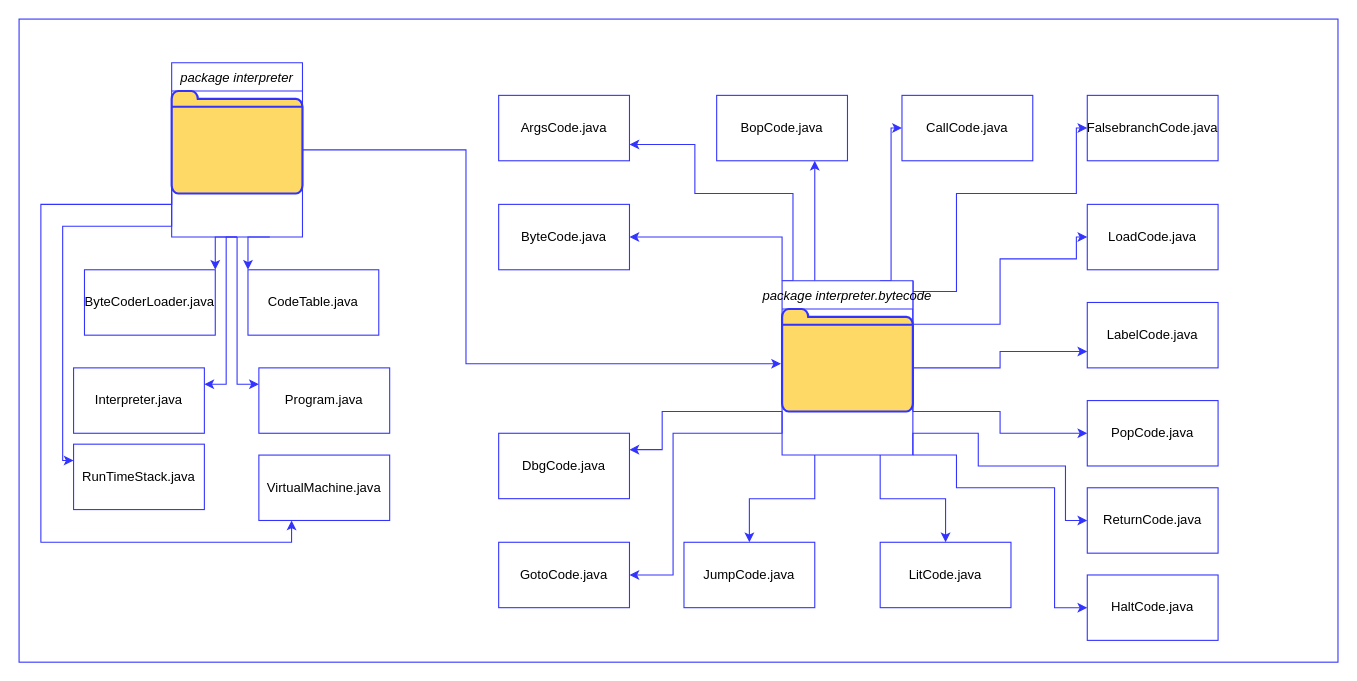
Before: A4.drawio in Shanil12/CLASS-DIAGRAMS, a draw.io diagram. Source tidied: cells renumbered, new cells numbered last; positions are measured from the earlier drawing's top-left corner, leaving out a move shared by most shapes. Both pictures are drawn from the tidied source at 109%, with x=0, y=0 at pixel (19, 19).
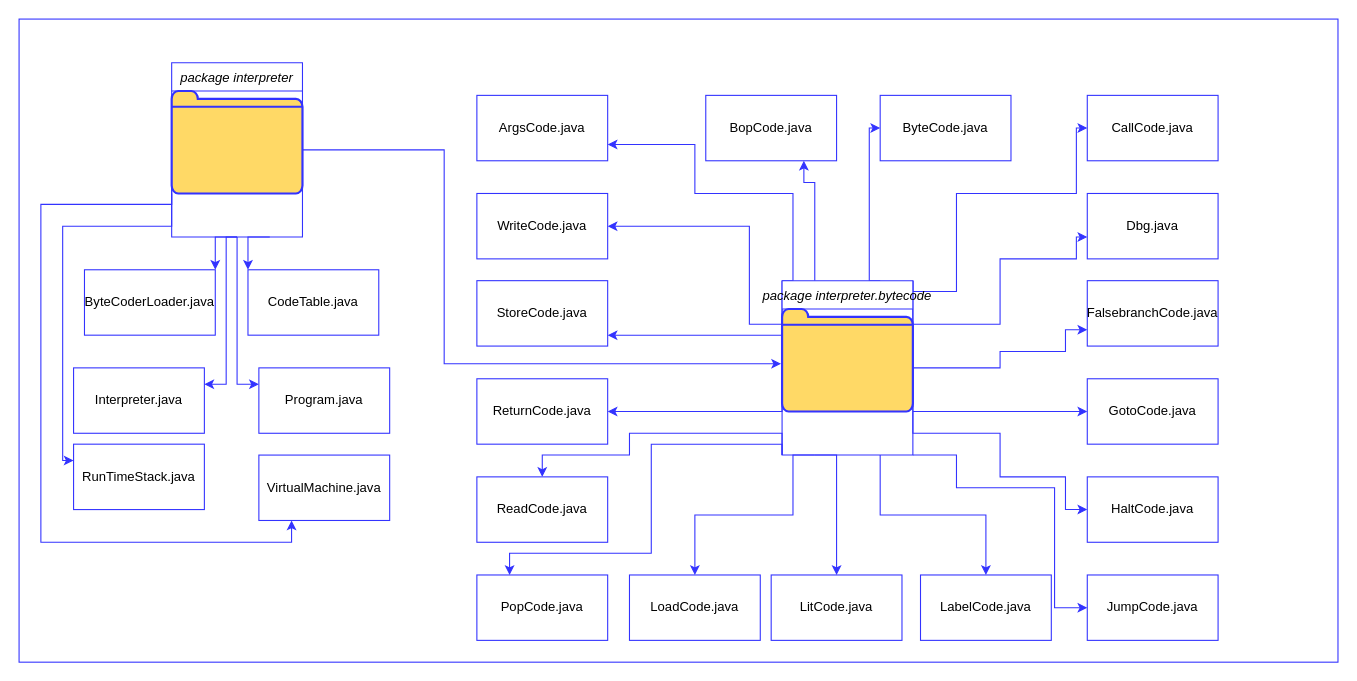
After the change.

The change refers to these unchanged cells:
```xml
<mxCell id="10" value="package interpreter" style="swimlane;fontStyle=2;align=center;verticalAlign=top;horizontal=1;startSize=26;rounded=0;shadow=0;strokeWidth=1;strokeColor=#3333FF;" parent="1" vertex="1">
  <mxGeometry x="140" y="40" width="120" height="160" as="geometry" />
</mxCell>
<mxCell id="32" value="package interpreter.bytecode" style="swimlane;fontStyle=2;align=center;verticalAlign=top;horizontal=1;startSize=26;rounded=0;shadow=0;strokeWidth=1;strokeColor=#3333FF;" parent="1" vertex="1">
  <mxGeometry x="700" y="240" width="120" height="160" as="geometry" />
</mxCell>
<mxCell id="33" style="html=1;verticalLabelPosition=bottom;align=center;labelBackgroundColor=#ffffff;verticalAlign=top;strokeWidth=2;strokeColor=#3333FF;shadow=0;dashed=0;shape=mxgraph.ios7.icons.folder;fillColor=#FFD966;" parent="32" vertex="1">
  <mxGeometry y="26" width="120" height="94" as="geometry" />
</mxCell>
```

The edit, as a diff of the source:
```diff
@@
     <mxCell id="9" style="edgeStyle=orthogonalEdgeStyle;rounded=0;jettySize=auto;html=1;exitX=1;exitY=0.25;exitDx=0;exitDy=0;entryX=-0.008;entryY=0.534;entryDx=0;entryDy=0;entryPerimeter=0;strokeColor=#3333FF;" parent="1" edge="1" source="10" target="33">
       <mxGeometry relative="1" as="geometry">
         <Array as="points">
           <mxPoint x="260" y="120" />
-          <mxPoint x="410" y="120" />
-          <mxPoint x="410" y="316" />
+          <mxPoint x="390" y="120" />
+          <mxPoint x="390" y="316" />
         </Array>
       </mxGeometry>
     </mxCell>
@@
     <mxCell id="18" style="edgeStyle=orthogonalEdgeStyle;rounded=0;jettySize=auto;html=1;exitX=0.25;exitY=0;exitDx=0;exitDy=0;entryX=0.75;entryY=1;entryDx=0;entryDy=0;strokeColor=#3333FF;" parent="1" edge="1" source="32" target="36">
-      <mxGeometry relative="1" as="geometry" />
+      <mxGeometry relative="1" as="geometry">
+        <Array as="points">
+          <mxPoint x="730" y="150" />
+          <mxPoint x="720" y="150" />
+        </Array>
+      </mxGeometry>
     </mxCell>
-    <mxCell id="19" style="edgeStyle=orthogonalEdgeStyle;rounded=0;jettySize=auto;html=1;exitX=0.75;exitY=0;exitDx=0;exitDy=0;strokeColor=#3333FF;" parent="1" edge="1" source="32" target="35">
+    <mxCell id="19" style="edgeStyle=orthogonalEdgeStyle;rounded=0;jettySize=auto;html=1;exitX=0.75;exitY=0;exitDx=0;exitDy=0;strokeColor=#3333FF;" parent="1" edge="1" source="32">
       <mxGeometry relative="1" as="geometry">
+        <mxPoint x="790" y="100" as="targetPoint" />
         <Array as="points">
-          <mxPoint x="800" y="240" />
-          <mxPoint x="800" y="100" />
+          <mxPoint x="780" y="240" />
+          <mxPoint x="780" y="100" />
         </Array>
       </mxGeometry>
     </mxCell>
@@
     <mxCell id="22" style="edgeStyle=orthogonalEdgeStyle;rounded=0;jettySize=auto;html=1;exitX=1;exitY=0.75;exitDx=0;exitDy=0;entryX=0;entryY=0.75;entryDx=0;entryDy=0;strokeColor=#3333FF;" parent="1" edge="1" source="32" target="44">
       <mxGeometry relative="1" as="geometry">
         <Array as="points">
           <mxPoint x="820" y="320" />
           <mxPoint x="900" y="320" />
           <mxPoint x="900" y="305" />
+          <mxPoint x="960" y="305" />
+          <mxPoint x="960" y="285" />
         </Array>
       </mxGeometry>
     </mxCell>
@@
-    <mxCell id="24" style="edgeStyle=orthogonalEdgeStyle;rounded=0;jettySize=auto;html=1;exitX=1;exitY=1;exitDx=0;exitDy=0;entryX=0;entryY=0.5;entryDx=0;entryDy=0;strokeColor=#3333FF;" parent="1" edge="1" source="32" target="47">
-      <mxGeometry relative="1" as="geometry">
-        <Array as="points">
-          <mxPoint x="820" y="380" />
-          <mxPoint x="880" y="380" />
-          <mxPoint x="880" y="410" />
-          <mxPoint x="960" y="410" />
-          <mxPoint x="960" y="460" />
-        </Array>
-      </mxGeometry>
-    </mxCell>
@@
     <mxCell id="27" style="edgeStyle=orthogonalEdgeStyle;rounded=0;jettySize=auto;html=1;exitX=0.25;exitY=1;exitDx=0;exitDy=0;strokeColor=#3333FF;" parent="1" edge="1" source="32" target="41">
-      <mxGeometry relative="1" as="geometry" />
+      <mxGeometry relative="1" as="geometry">
+        <Array as="points">
+          <mxPoint x="750" y="400" />
+        </Array>
+      </mxGeometry>
     </mxCell>
-    <mxCell id="28" style="edgeStyle=orthogonalEdgeStyle;rounded=0;jettySize=auto;html=1;exitX=0;exitY=0.75;exitDx=0;exitDy=0;entryX=1;entryY=0.5;entryDx=0;entryDy=0;strokeColor=#3333FF;" parent="1" edge="1" source="32" target="38">
-      <mxGeometry relative="1" as="geometry">
-        <Array as="points">
-          <mxPoint x="700" y="380" />
-          <mxPoint x="600" y="380" />
-          <mxPoint x="600" y="510" />
-        </Array>
-      </mxGeometry>
-    </mxCell>
-    <mxCell id="29" style="edgeStyle=orthogonalEdgeStyle;rounded=0;jettySize=auto;html=1;exitX=0;exitY=0.75;exitDx=0;exitDy=0;entryX=1;entryY=0.25;entryDx=0;entryDy=0;strokeColor=#3333FF;" parent="1" edge="1" source="32" target="39">
-      <mxGeometry relative="1" as="geometry">
-        <Array as="points">
-          <mxPoint x="590" y="360" />
-          <mxPoint x="590" y="395" />
-        </Array>
-      </mxGeometry>
-    </mxCell>
@@
     <mxCell id="31" style="edgeStyle=orthogonalEdgeStyle;rounded=0;jettySize=auto;html=1;exitX=0;exitY=0;exitDx=0;exitDy=0;entryX=1;entryY=0.5;entryDx=0;entryDy=0;strokeColor=#3333FF;" parent="1" edge="1" source="32" target="37">
-      <mxGeometry relative="1" as="geometry" />
+      <mxGeometry relative="1" as="geometry">
+        <Array as="points">
+          <mxPoint x="700" y="360" />
+        </Array>
+      </mxGeometry>
     </mxCell>
+    <mxCell id="24" style="edgeStyle=orthogonalEdgeStyle;rounded=0;jettySize=auto;html=1;exitX=1;exitY=0.75;exitDx=0;exitDy=0;entryX=0;entryY=0.5;entryDx=0;entryDy=0;strokeColor=#3333FF;" parent="1" edge="1" source="32" target="47">
+      <mxGeometry relative="1" as="geometry">
+        <Array as="points">
+          <mxPoint x="820" y="380" />
+          <mxPoint x="900" y="380" />
+          <mxPoint x="900" y="420" />
+          <mxPoint x="960" y="420" />
+          <mxPoint x="960" y="450" />
+        </Array>
+      </mxGeometry>
+    </mxCell>
+    <mxCell id="48" style="edgeStyle=orthogonalEdgeStyle;rounded=0;jettySize=auto;html=1;exitX=0;exitY=0.25;exitDx=0;exitDy=0;entryX=1;entryY=0.5;entryDx=0;entryDy=0;strokeColor=#3333FF;" parent="1" edge="1" source="32" target="53">
+      <mxGeometry relative="1" as="geometry">
+        <Array as="points">
+          <mxPoint x="670" y="280" />
+          <mxPoint x="670" y="190" />
+        </Array>
+      </mxGeometry>
+    </mxCell>
+    <mxCell id="49" style="edgeStyle=orthogonalEdgeStyle;rounded=0;jettySize=auto;html=1;exitX=0;exitY=0.25;exitDx=0;exitDy=0;strokeColor=#3333FF;" parent="1" edge="1" source="32" target="52">
+      <mxGeometry relative="1" as="geometry">
+        <Array as="points">
+          <mxPoint x="700" y="290" />
+        </Array>
+      </mxGeometry>
+    </mxCell>
+    <mxCell id="50" style="edgeStyle=orthogonalEdgeStyle;rounded=0;jettySize=auto;html=1;exitX=0;exitY=1;exitDx=0;exitDy=0;strokeColor=#3333FF;" parent="1" edge="1" source="32" target="51">
+      <mxGeometry relative="1" as="geometry">
+        <Array as="points">
+          <mxPoint x="700" y="380" />
+          <mxPoint x="560" y="380" />
+          <mxPoint x="560" y="400" />
+          <mxPoint x="480" y="400" />
+        </Array>
+      </mxGeometry>
+    </mxCell>
+    <mxCell id="29" style="edgeStyle=orthogonalEdgeStyle;rounded=0;jettySize=auto;html=1;exitX=0;exitY=1;exitDx=0;exitDy=0;entryX=0.25;entryY=0;entryDx=0;entryDy=0;strokeColor=#3333FF;" parent="1" edge="1" source="32" target="39">
+      <mxGeometry relative="1" as="geometry">
+        <Array as="points">
+          <mxPoint x="700" y="390" />
+          <mxPoint x="580" y="390" />
+          <mxPoint x="580" y="490" />
+          <mxPoint x="450" y="490" />
+        </Array>
+      </mxGeometry>
+    </mxCell>
+    <mxCell id="28" style="edgeStyle=orthogonalEdgeStyle;rounded=0;jettySize=auto;html=1;exitX=0.25;exitY=1;exitDx=0;exitDy=0;strokeColor=#3333FF;" parent="1" edge="1" source="32" target="38">
+      <mxGeometry relative="1" as="geometry">
+        <Array as="points">
+          <mxPoint x="710" y="400" />
+          <mxPoint x="710" y="455" />
+          <mxPoint x="620" y="455" />
+        </Array>
+      </mxGeometry>
+    </mxCell>
@@
     <mxCell id="34" value="ArgsCode.java" style="rounded=0;whiteSpace=wrap;html=1;strokeColor=#3333FF;shadow=0;" parent="1" vertex="1">
-      <mxGeometry x="440" y="70" width="120" height="60" as="geometry" />
+      <mxGeometry x="420" y="70" width="120" height="60" as="geometry" />
     </mxCell>
-    <mxCell id="35" value="CallCode.java" style="rounded=0;whiteSpace=wrap;html=1;strokeColor=#3333FF;shadow=0;" parent="1" vertex="1">
-      <mxGeometry x="810" y="70" width="120" height="60" as="geometry" />
+    <mxCell id="35" value="ByteCode.java" style="rounded=0;whiteSpace=wrap;html=1;strokeColor=#3333FF;shadow=0;" parent="1" vertex="1">
+      <mxGeometry x="790" y="70" width="120" height="60" as="geometry" />
     </mxCell>
     <mxCell id="36" value="BopCode.java" style="rounded=0;whiteSpace=wrap;html=1;strokeColor=#3333FF;shadow=0;" parent="1" vertex="1">
-      <mxGeometry x="640" y="70" width="120" height="60" as="geometry" />
+      <mxGeometry x="630" y="70" width="120" height="60" as="geometry" />
     </mxCell>
-    <mxCell id="37" value="ByteCode.java" style="rounded=0;whiteSpace=wrap;html=1;strokeColor=#3333FF;shadow=0;" parent="1" vertex="1">
-      <mxGeometry x="440" y="170" width="120" height="60" as="geometry" />
+    <mxCell id="37" value="ReturnCode.java" style="rounded=0;whiteSpace=wrap;html=1;strokeColor=#3333FF;shadow=0;" parent="1" vertex="1">
+      <mxGeometry x="420" y="330" width="120" height="60" as="geometry" />
     </mxCell>
-    <mxCell id="38" value="GotoCode.java" style="rounded=0;whiteSpace=wrap;html=1;strokeColor=#3333FF;shadow=0;" parent="1" vertex="1">
-      <mxGeometry x="440" y="480" width="120" height="60" as="geometry" />
+    <mxCell id="38" value="LoadCode.java" style="rounded=0;whiteSpace=wrap;html=1;strokeColor=#3333FF;shadow=0;" parent="1" vertex="1">
+      <mxGeometry x="560" y="510" width="120" height="60" as="geometry" />
     </mxCell>
-    <mxCell id="39" value="DbgCode.java" style="rounded=0;whiteSpace=wrap;html=1;strokeColor=#3333FF;shadow=0;" parent="1" vertex="1">
-      <mxGeometry x="440" y="380" width="120" height="60" as="geometry" />
+    <mxCell id="39" value="PopCode.java" style="rounded=0;whiteSpace=wrap;html=1;strokeColor=#3333FF;shadow=0;" parent="1" vertex="1">
+      <mxGeometry x="420" y="510" width="120" height="60" as="geometry" />
     </mxCell>
-    <mxCell id="40" value="FalsebranchCode.java" style="rounded=0;whiteSpace=wrap;html=1;strokeColor=#3333FF;shadow=0;" parent="1" vertex="1">
+    <mxCell id="40" value="CallCode.java" style="rounded=0;whiteSpace=wrap;html=1;strokeColor=#3333FF;shadow=0;" parent="1" vertex="1">
       <mxGeometry x="980" y="70" width="120" height="60" as="geometry" />
     </mxCell>
-    <mxCell id="41" value="JumpCode.java" style="rounded=0;whiteSpace=wrap;html=1;strokeColor=#3333FF;shadow=0;" parent="1" vertex="1">
-      <mxGeometry x="610" y="480" width="120" height="60" as="geometry" />
+    <mxCell id="41" value="LitCode.java" style="rounded=0;whiteSpace=wrap;html=1;strokeColor=#3333FF;shadow=0;" parent="1" vertex="1">
+      <mxGeometry x="690" y="510" width="120" height="60" as="geometry" />
     </mxCell>
-    <mxCell id="42" value="HaltCode.java" style="rounded=0;whiteSpace=wrap;html=1;strokeColor=#3333FF;shadow=0;" parent="1" vertex="1">
+    <mxCell id="42" value="JumpCode.java" style="rounded=0;whiteSpace=wrap;html=1;strokeColor=#3333FF;shadow=0;" parent="1" vertex="1">
       <mxGeometry x="980" y="510" width="120" height="60" as="geometry" />
     </mxCell>
-    <mxCell id="43" value="LitCode.java" style="rounded=0;whiteSpace=wrap;html=1;strokeColor=#3333FF;shadow=0;" parent="1" vertex="1">
-      <mxGeometry x="790" y="480" width="120" height="60" as="geometry" />
+    <mxCell id="43" value="LabelCode.java" style="rounded=0;whiteSpace=wrap;html=1;strokeColor=#3333FF;shadow=0;" parent="1" vertex="1">
+      <mxGeometry x="827" y="510" width="120" height="60" as="geometry" />
     </mxCell>
-    <mxCell id="44" value="LabelCode.java" style="rounded=0;whiteSpace=wrap;html=1;strokeColor=#3333FF;shadow=0;" parent="1" vertex="1">
-      <mxGeometry x="980" y="260" width="120" height="60" as="geometry" />
+    <mxCell id="44" value="FalsebranchCode.java" style="rounded=0;whiteSpace=wrap;html=1;strokeColor=#3333FF;shadow=0;" parent="1" vertex="1">
+      <mxGeometry x="980" y="240" width="120" height="60" as="geometry" />
     </mxCell>
-    <mxCell id="45" value="LoadCode.java" style="rounded=0;whiteSpace=wrap;html=1;strokeColor=#3333FF;shadow=0;" parent="1" vertex="1">
-      <mxGeometry x="980" y="170" width="120" height="60" as="geometry" />
+    <mxCell id="45" value="Dbg.java" style="rounded=0;whiteSpace=wrap;html=1;strokeColor=#3333FF;shadow=0;" parent="1" vertex="1">
+      <mxGeometry x="980" y="160" width="120" height="60" as="geometry" />
     </mxCell>
-    <mxCell id="46" value="PopCode.java" style="rounded=0;whiteSpace=wrap;html=1;strokeColor=#3333FF;shadow=0;" parent="1" vertex="1">
-      <mxGeometry x="980" y="350" width="120" height="60" as="geometry" />
+    <mxCell id="46" value="GotoCode.java" style="rounded=0;whiteSpace=wrap;html=1;strokeColor=#3333FF;shadow=0;" parent="1" vertex="1">
+      <mxGeometry x="980" y="330" width="120" height="60" as="geometry" />
     </mxCell>
-    <mxCell id="47" value="ReturnCode.java" style="rounded=0;whiteSpace=wrap;html=1;strokeColor=#3333FF;shadow=0;" parent="1" vertex="1">
-      <mxGeometry x="980" y="430" width="120" height="60" as="geometry" />
+    <mxCell id="47" value="HaltCode.java" style="rounded=0;whiteSpace=wrap;html=1;strokeColor=#3333FF;shadow=0;" parent="1" vertex="1">
+      <mxGeometry x="980" y="420" width="120" height="60" as="geometry" />
     </mxCell>
+    <mxCell id="51" value="ReadCode.java" style="rounded=0;whiteSpace=wrap;html=1;strokeColor=#3333FF;shadow=0;" parent="1" vertex="1">
+      <mxGeometry x="420" y="420" width="120" height="60" as="geometry" />
+    </mxCell>
+    <mxCell id="52" value="StoreCode.java" style="rounded=0;whiteSpace=wrap;html=1;strokeColor=#3333FF;shadow=0;" parent="1" vertex="1">
+      <mxGeometry x="420" y="240" width="120" height="60" as="geometry" />
+    </mxCell>
+    <mxCell id="53" value="WriteCode.java" style="rounded=0;whiteSpace=wrap;html=1;strokeColor=#3333FF;shadow=0;" parent="1" vertex="1">
+      <mxGeometry x="420" y="160" width="120" height="60" as="geometry" />
+    </mxCell>
```
